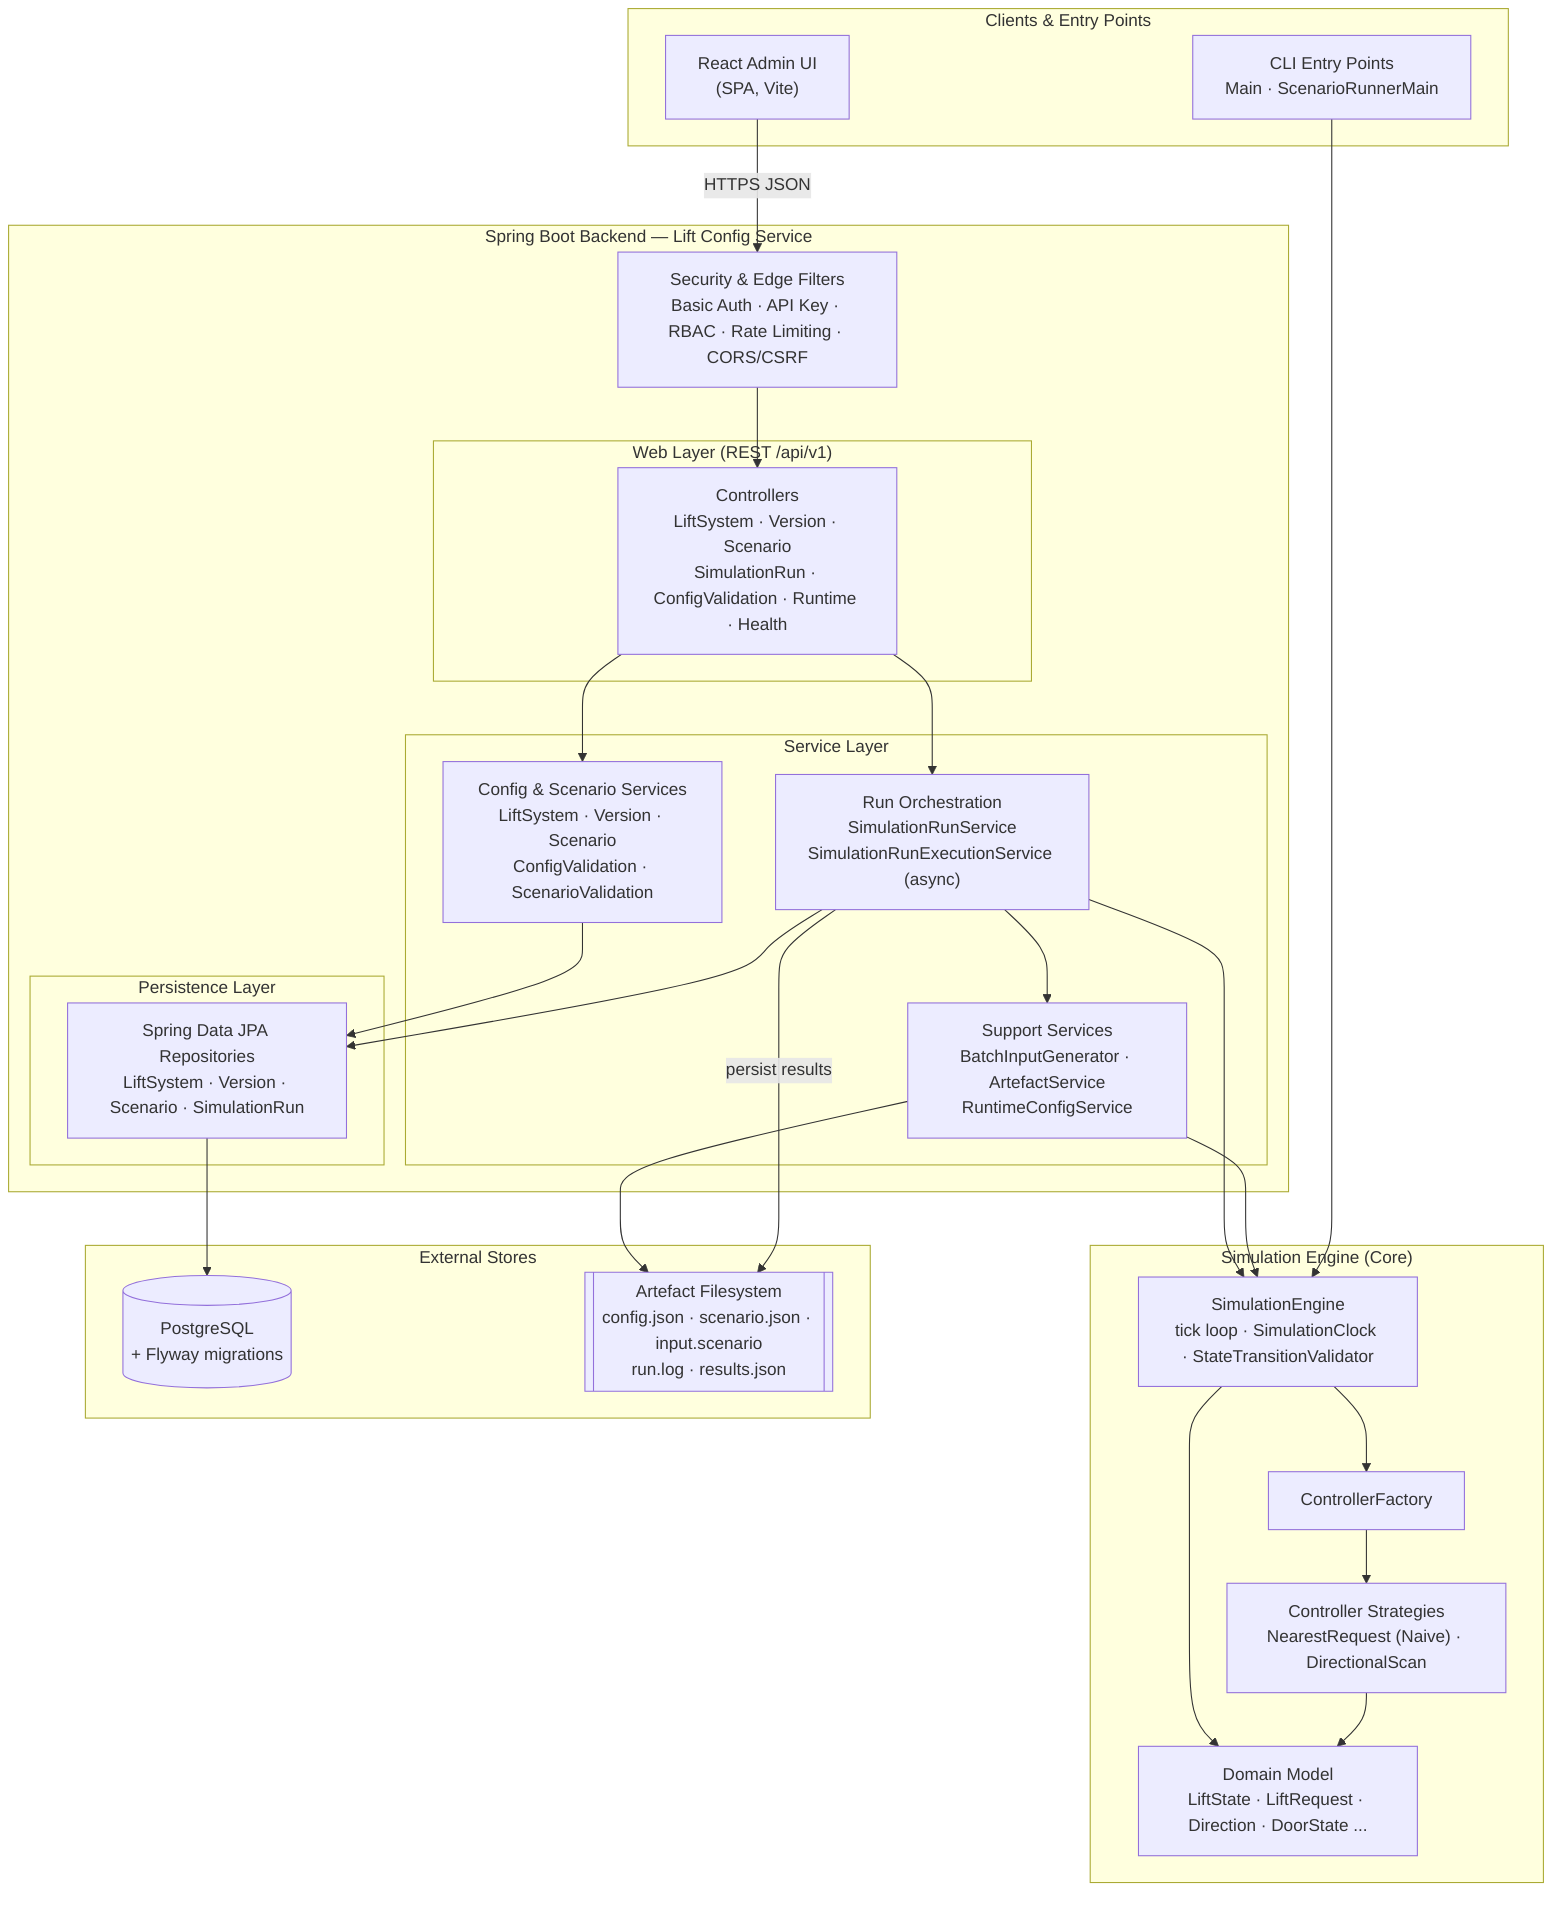
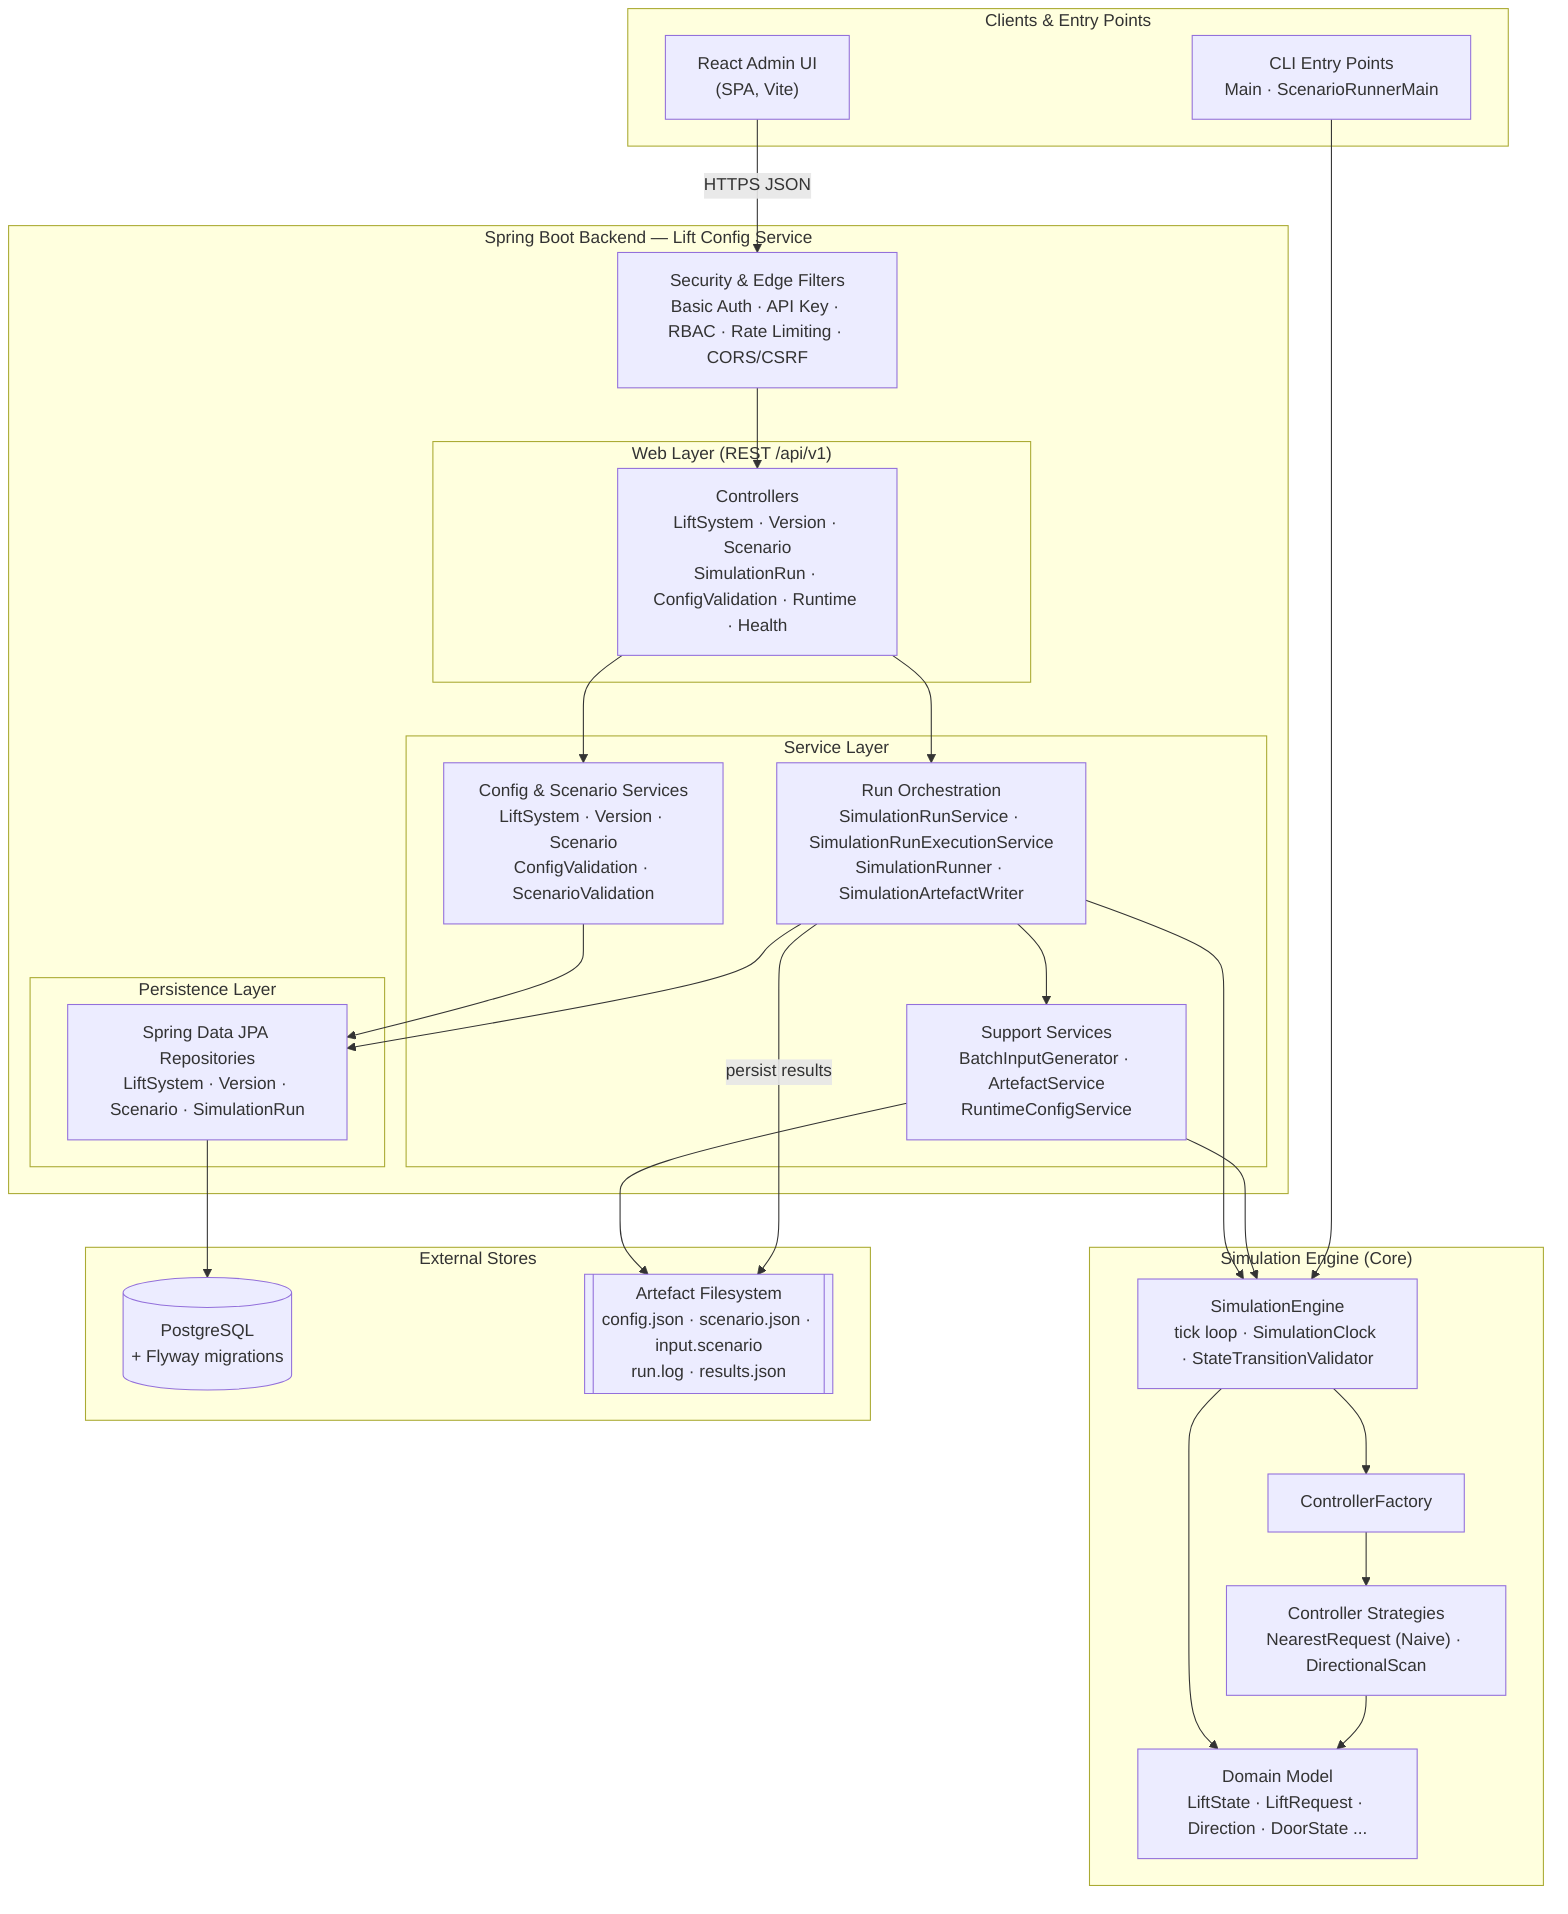
%% High-level architecture of the Lift Simulator.
%% Rendered copy and component explanations live in docs/architecture.md.
graph TD
    subgraph clients["Clients & Entry Points"]
        UI["React Admin UI<br/>(SPA, Vite)"]
        CLI["CLI Entry Points<br/>Main · ScenarioRunnerMain"]
    end

    subgraph backend["Spring Boot Backend — Lift Config Service"]
        SEC["Security & Edge Filters<br/>Basic Auth · API Key · RBAC · Rate Limiting · CORS/CSRF"]

        subgraph web["Web Layer (REST /api/v1)"]
            CTRL["Controllers<br/>LiftSystem · Version · Scenario<br/>SimulationRun · ConfigValidation · Runtime · Health"]
        end

        subgraph svc["Service Layer"]
            CFGSVC["Config & Scenario Services<br/>LiftSystem · Version · Scenario<br/>ConfigValidation · ScenarioValidation"]
-             RUNSVC["Run Orchestration<br/>SimulationRunService<br/>SimulationRunExecutionService (async)"]
+             RUNSVC["Run Orchestration<br/>SimulationRunService · SimulationRunExecutionService<br/>SimulationRunner · SimulationArtefactWriter"]
            SUPPORT["Support Services<br/>BatchInputGenerator · ArtefactService<br/>RuntimeConfigService"]
        end

        subgraph data["Persistence Layer"]
            REPO["Spring Data JPA Repositories<br/>LiftSystem · Version · Scenario · SimulationRun"]
        end
    end

    subgraph engine["Simulation Engine (Core)"]
        ENG["SimulationEngine<br/>tick loop · SimulationClock · StateTransitionValidator"]
        FACT["ControllerFactory"]
        STRAT["Controller Strategies<br/>NearestRequest (Naive) · DirectionalScan"]
        DOM["Domain Model<br/>LiftState · LiftRequest · Direction · DoorState ..."]
    end

    subgraph stores["External Stores"]
        DB[("PostgreSQL<br/>+ Flyway migrations")]
        FS[["Artefact Filesystem<br/>config.json · scenario.json · input.scenario<br/>run.log · results.json"]]
    end

    UI -->|"HTTPS JSON"| SEC
    SEC --> CTRL
    CTRL --> CFGSVC
    CTRL --> RUNSVC
    CFGSVC --> REPO
    RUNSVC --> SUPPORT
    RUNSVC --> REPO
    RUNSVC --> ENG
    SUPPORT --> FS
    SUPPORT --> ENG
    REPO --> DB

    CLI --> ENG
    ENG --> FACT
    FACT --> STRAT
    ENG --> DOM
    STRAT --> DOM
    RUNSVC -->|"persist results"| FS
